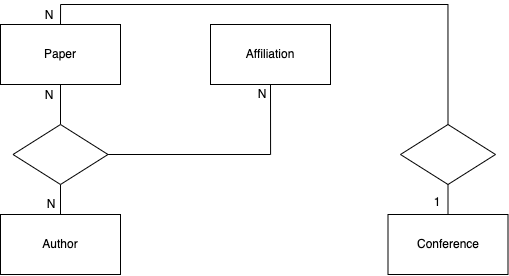
Biancolinaa/Prodsc-Thesis keeps this draw.io diagram as images/er1.png. Above is the earlier version. Source tidied: cells renumbered, new cells last; positions are measured from the earlier drawing's top-left corner, leaving out a move shared by most shapes. Its diagram source:
```xml
<mxGraphModel>
  <root>
    <mxCell id="0" />
    <mxCell id="1" parent="0" />
    <mxCell id="2" style="edgeStyle=orthogonalEdgeStyle;rounded=0;jettySize=auto;html=1;exitX=0.5;exitY=1;exitDx=0;exitDy=0;entryX=0.5;entryY=0;entryDx=0;entryDy=0;endArrow=none;endFill=0;" parent="1" edge="1" source="3" target="10">
      <mxGeometry relative="1" as="geometry" />
    </mxCell>
    <mxCell id="3" value="Paper" style="rounded=0;whiteSpace=wrap;html=1;" parent="1" vertex="1">
      <mxGeometry y="24" width="120" height="60" as="geometry" />
    </mxCell>
    <mxCell id="4" value="Affiliation" style="rounded=0;whiteSpace=wrap;html=1;" parent="1" vertex="1">
      <mxGeometry x="210" y="24" width="120" height="60" as="geometry" />
    </mxCell>
    <mxCell id="5" style="edgeStyle=orthogonalEdgeStyle;rounded=0;jettySize=auto;html=1;exitX=0.5;exitY=0;exitDx=0;exitDy=0;entryX=0.5;entryY=1;entryDx=0;entryDy=0;endArrow=none;endFill=0;" parent="1" edge="1" source="6" target="12">
      <mxGeometry relative="1" as="geometry" />
    </mxCell>
    <mxCell id="6" value="Conference" style="rounded=0;whiteSpace=wrap;html=1;" parent="1" vertex="1">
      <mxGeometry x="387.5" y="214" width="120" height="60" as="geometry" />
    </mxCell>
    <mxCell id="7" value="Author" style="rounded=0;whiteSpace=wrap;html=1;" parent="1" vertex="1">
      <mxGeometry y="214" width="120" height="60" as="geometry" />
    </mxCell>
    <mxCell id="8" style="edgeStyle=orthogonalEdgeStyle;rounded=0;jettySize=auto;html=1;exitX=0.5;exitY=1;exitDx=0;exitDy=0;entryX=0.5;entryY=0;entryDx=0;entryDy=0;endArrow=none;endFill=0;" parent="1" edge="1" source="10" target="7">
      <mxGeometry relative="1" as="geometry" />
    </mxCell>
    <mxCell id="9" style="edgeStyle=orthogonalEdgeStyle;rounded=0;jettySize=auto;html=1;exitX=1;exitY=0.5;exitDx=0;exitDy=0;entryX=0.5;entryY=1;entryDx=0;entryDy=0;endArrow=none;endFill=0;" parent="1" edge="1" source="10" target="4">
      <mxGeometry relative="1" as="geometry" />
    </mxCell>
    <mxCell id="10" style="rhombus;whiteSpace=wrap;html=1;" parent="1" vertex="1">
      <mxGeometry x="12.5" y="124" width="95" height="60" as="geometry" />
    </mxCell>
    <mxCell id="11" style="edgeStyle=orthogonalEdgeStyle;rounded=0;jettySize=auto;html=1;exitX=0.5;exitY=0;exitDx=0;exitDy=0;entryX=0.5;entryY=0;entryDx=0;entryDy=0;endArrow=none;endFill=0;" parent="1" edge="1" source="12" target="3">
      <mxGeometry relative="1" as="geometry" />
    </mxCell>
    <mxCell id="12" style="rhombus;whiteSpace=wrap;html=1;" parent="1" vertex="1">
      <mxGeometry x="400" y="124" width="95" height="60" as="geometry" />
    </mxCell>
    <mxCell id="13" value="N" style="text;html=1;strokeColor=none;fillColor=none;align=center;verticalAlign=middle;whiteSpace=wrap;rounded=0;" parent="1" vertex="1">
      <mxGeometry x="18.5" y="80" width="60" height="30" as="geometry" />
    </mxCell>
    <mxCell id="14" value="N" style="text;html=1;strokeColor=none;fillColor=none;align=center;verticalAlign=middle;whiteSpace=wrap;rounded=0;" parent="1" vertex="1">
      <mxGeometry x="20.5" y="189" width="60" height="30" as="geometry" />
    </mxCell>
    <mxCell id="15" value="N" style="text;html=1;strokeColor=none;fillColor=none;align=center;verticalAlign=middle;whiteSpace=wrap;rounded=0;" parent="1" vertex="1">
      <mxGeometry x="231.5" y="79" width="60" height="30" as="geometry" />
    </mxCell>
    <mxCell id="16" value="N" style="text;html=1;strokeColor=none;fillColor=none;align=center;verticalAlign=middle;whiteSpace=wrap;rounded=0;" parent="1" vertex="1">
      <mxGeometry x="19.5" width="60" height="30" as="geometry" />
    </mxCell>
    <mxCell id="17" value="1" style="text;html=1;strokeColor=none;fillColor=none;align=center;verticalAlign=middle;whiteSpace=wrap;rounded=0;" parent="1" vertex="1">
      <mxGeometry x="406.5" y="187" width="60" height="30" as="geometry" />
    </mxCell>
  </root>
</mxGraphModel>
```
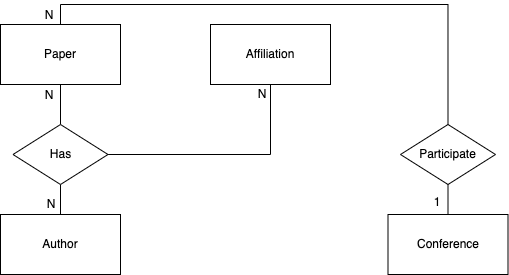
Later version of the same file.

Diff of the diagram source:
```diff
@@ -26,13 +26,13 @@
     <mxCell id="9" style="edgeStyle=orthogonalEdgeStyle;rounded=0;jettySize=auto;html=1;exitX=1;exitY=0.5;exitDx=0;exitDy=0;entryX=0.5;entryY=1;entryDx=0;entryDy=0;endArrow=none;endFill=0;" parent="1" edge="1" source="10" target="4">
       <mxGeometry relative="1" as="geometry" />
     </mxCell>
-    <mxCell id="10" style="rhombus;whiteSpace=wrap;html=1;" parent="1" vertex="1">
+    <mxCell id="10" value="Has" style="rhombus;whiteSpace=wrap;html=1;" parent="1" vertex="1">
       <mxGeometry x="12.5" y="124" width="95" height="60" as="geometry" />
     </mxCell>
     <mxCell id="11" style="edgeStyle=orthogonalEdgeStyle;rounded=0;jettySize=auto;html=1;exitX=0.5;exitY=0;exitDx=0;exitDy=0;entryX=0.5;entryY=0;entryDx=0;entryDy=0;endArrow=none;endFill=0;" parent="1" edge="1" source="12" target="3">
       <mxGeometry relative="1" as="geometry" />
     </mxCell>
-    <mxCell id="12" style="rhombus;whiteSpace=wrap;html=1;" parent="1" vertex="1">
+    <mxCell id="12" value="Participate" style="rhombus;whiteSpace=wrap;html=1;" parent="1" vertex="1">
       <mxGeometry x="400" y="124" width="95" height="60" as="geometry" />
     </mxCell>
     <mxCell id="13" value="N" style="text;html=1;strokeColor=none;fillColor=none;align=center;verticalAlign=middle;whiteSpace=wrap;rounded=0;" parent="1" vertex="1">
```
